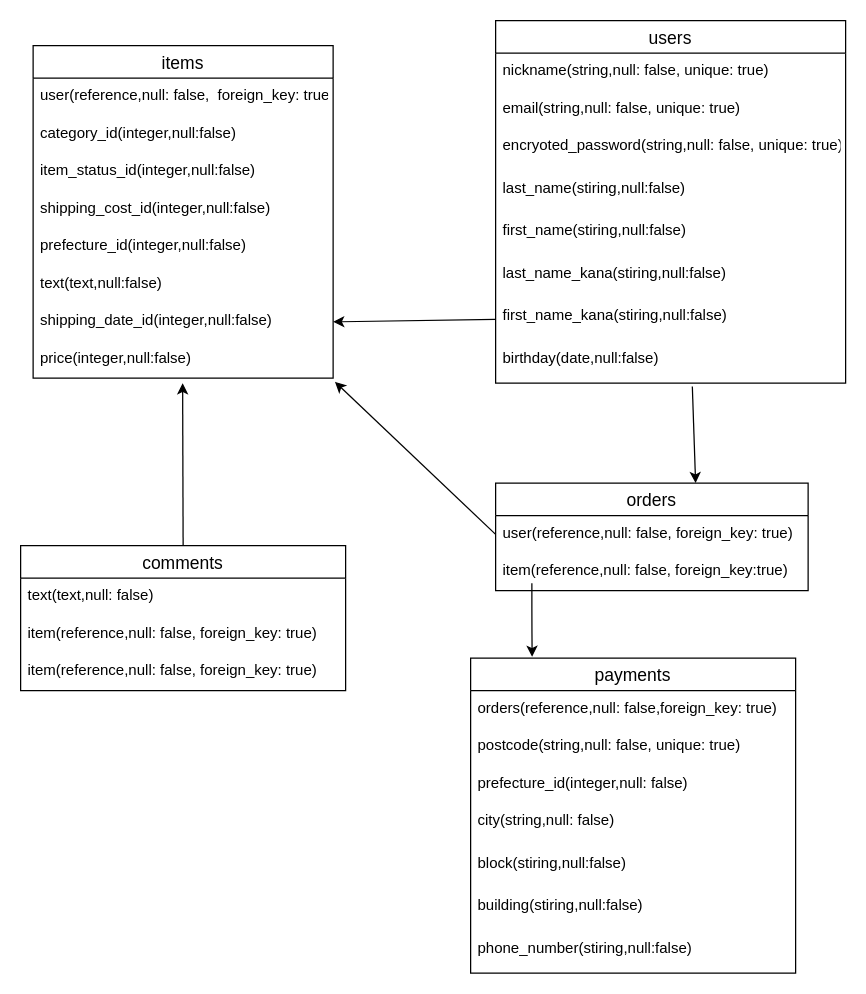
Before: er.dio in Sanaroom/furima-40585, a draw.io diagram. Source tidied: cells renumbered, new cells numbered last; positions are measured from the earlier drawing's top-left corner, leaving out a move shared by most shapes. Both pictures are drawn from the tidied source at 125%, with x=0, y=0 at pixel (20, 20).
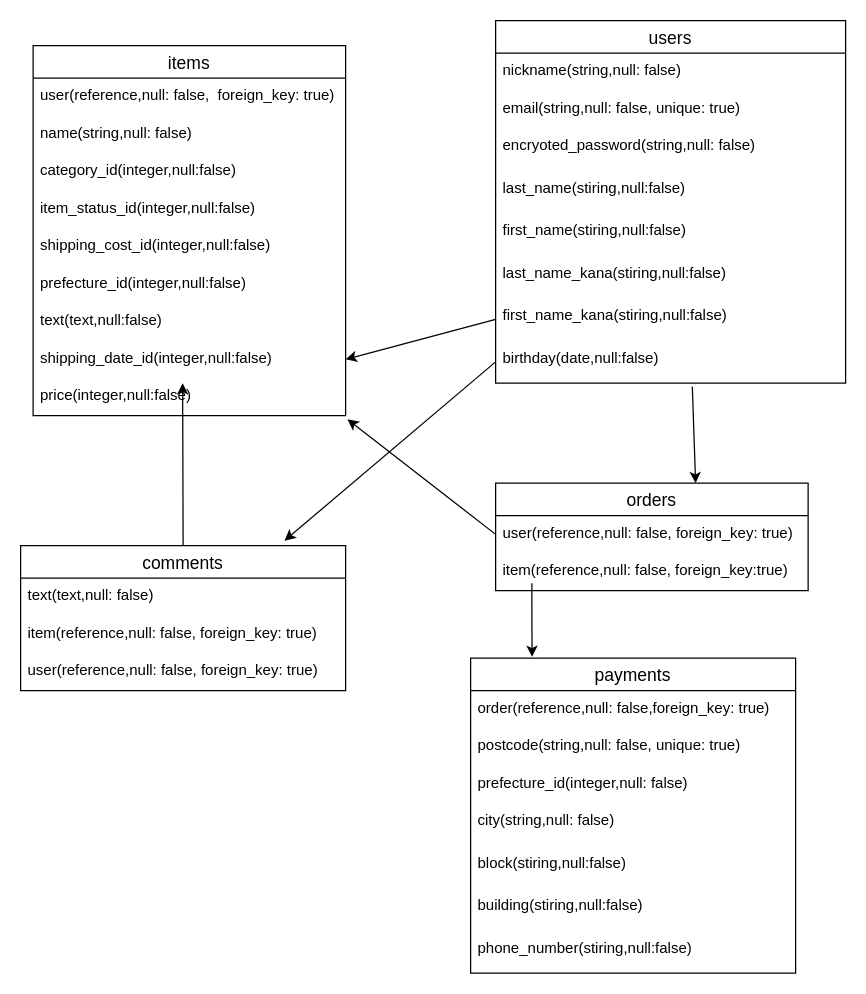
The same diagram, later.

The change refers to these unchanged cells:
```xml
<mxCell id="2" value="users" style="swimlane;fontStyle=0;horizontal=1;startSize=26;align=center;fontSize=14;" parent="1" vertex="1">
  <mxGeometry x="380" width="280" height="290" as="geometry" />
</mxCell>
<mxCell id="10" value="birthday(date,null:false)" style="text;strokeColor=none;fillColor=none;spacingLeft=4;spacingRight=4;overflow=hidden;points=[[0,0.5],[1,0.5]];portConstraint=eastwest;fontSize=12;" parent="2" vertex="1">
  <mxGeometry y="256" width="280" height="34" as="geometry" />
</mxCell>
<mxCell id="23" value="payments" style="swimlane;fontStyle=0;horizontal=1;startSize=26;align=center;fontSize=14;" parent="1" vertex="1">
  <mxGeometry x="360" y="510" width="260" height="252" as="geometry" />
</mxCell>
<mxCell id="32" value="comments" style="swimlane;fontStyle=0;horizontal=1;startSize=26;align=center;fontSize=14;" parent="1" vertex="1">
  <mxGeometry y="420" width="260" height="116" as="geometry" />
</mxCell>
```

The edit, as a diff of the source:
```diff
@@
-    <mxCell id="3" value="nickname(string,null: false, unique: true)" style="text;strokeColor=none;fillColor=none;spacingLeft=4;spacingRight=4;overflow=hidden;fontSize=12;" parent="2" vertex="1">
+    <mxCell id="3" value="nickname(string,null: false)" style="text;strokeColor=none;fillColor=none;spacingLeft=4;spacingRight=4;overflow=hidden;fontSize=12;" parent="2" vertex="1">
       <mxGeometry y="26" width="280" height="30" as="geometry" />
     </mxCell>
@@
-    <mxCell id="5" value="encryoted_password(string,null: false, unique: true)&#10;" style="text;strokeColor=none;fillColor=none;spacingLeft=4;spacingRight=4;overflow=hidden;fontSize=12;" parent="2" vertex="1">
+    <mxCell id="5" value="encryoted_password(string,null: false)&#10;" style="text;strokeColor=none;fillColor=none;spacingLeft=4;spacingRight=4;overflow=hidden;fontSize=12;" parent="2" vertex="1">
       <mxGeometry y="86" width="280" height="34" as="geometry" />
     </mxCell>
@@
     <mxCell id="11" value="items" style="swimlane;fontStyle=0;horizontal=1;startSize=26;align=center;fontSize=14;" parent="1" vertex="1">
-      <mxGeometry x="10" y="20" width="240" height="266" as="geometry" />
+      <mxGeometry x="10" y="20" width="250" height="296" as="geometry" />
     </mxCell>
     <mxCell id="12" value="user(reference,null: false,  foreign_key: true)" style="text;strokeColor=none;fillColor=none;spacingLeft=4;spacingRight=4;overflow=hidden;fontSize=12;" parent="11" vertex="1">
-      <mxGeometry y="26" width="240" height="30" as="geometry" />
+      <mxGeometry y="26" width="250" height="30" as="geometry" />
     </mxCell>
+    <mxCell id="40" value="name(string,null: false)" style="text;strokeColor=none;fillColor=none;spacingLeft=4;spacingRight=4;overflow=hidden;fontSize=12;" parent="11" vertex="1">
+      <mxGeometry y="56" width="250" height="30" as="geometry" />
+    </mxCell>
     <mxCell id="13" value="category_id(integer,null:false)" style="text;strokeColor=none;fillColor=none;spacingLeft=4;spacingRight=4;overflow=hidden;fontSize=12;" parent="11" vertex="1">
-      <mxGeometry y="56" width="240" height="30" as="geometry" />
+      <mxGeometry y="86" width="250" height="30" as="geometry" />
     </mxCell>
     <mxCell id="14" value="item_status_id(integer,null:false)" style="text;strokeColor=none;fillColor=none;spacingLeft=4;spacingRight=4;overflow=hidden;fontSize=12;" parent="11" vertex="1">
-      <mxGeometry y="86" width="240" height="30" as="geometry" />
+      <mxGeometry y="116" width="250" height="30" as="geometry" />
     </mxCell>
     <mxCell id="15" value="shipping_cost_id(integer,null:false)" style="text;strokeColor=none;fillColor=none;spacingLeft=4;spacingRight=4;overflow=hidden;fontSize=12;" parent="11" vertex="1">
-      <mxGeometry y="116" width="240" height="30" as="geometry" />
+      <mxGeometry y="146" width="250" height="30" as="geometry" />
     </mxCell>
     <mxCell id="16" value="prefecture_id(integer,null:false)" style="text;strokeColor=none;fillColor=none;spacingLeft=4;spacingRight=4;overflow=hidden;fontSize=12;" parent="11" vertex="1">
-      <mxGeometry y="146" width="240" height="30" as="geometry" />
+      <mxGeometry y="176" width="250" height="30" as="geometry" />
     </mxCell>
     <mxCell id="17" value="text(text,null:false)" style="text;strokeColor=none;fillColor=none;spacingLeft=4;spacingRight=4;overflow=hidden;fontSize=12;" parent="11" vertex="1">
-      <mxGeometry y="176" width="240" height="30" as="geometry" />
+      <mxGeometry y="206" width="250" height="30" as="geometry" />
     </mxCell>
     <mxCell id="18" value="shipping_date_id(integer,null:false)" style="text;strokeColor=none;fillColor=none;spacingLeft=4;spacingRight=4;overflow=hidden;points=[[0,0.5],[1,0.5]];portConstraint=eastwest;fontSize=12;" parent="11" vertex="1">
-      <mxGeometry y="206" width="240" height="30" as="geometry" />
+      <mxGeometry y="236" width="250" height="30" as="geometry" />
     </mxCell>
     <mxCell id="19" value="price(integer,null:false)" style="text;strokeColor=none;fillColor=none;spacingLeft=4;spacingRight=4;overflow=hidden;points=[[0,0.5],[1,0.5]];portConstraint=eastwest;fontSize=12;" parent="11" vertex="1">
-      <mxGeometry y="236" width="240" height="30" as="geometry" />
+      <mxGeometry y="266" width="250" height="30" as="geometry" />
     </mxCell>
@@
-    <mxCell id="24" value="orders(reference,null: false,foreign_key: true)&#10; " style="text;strokeColor=none;fillColor=none;spacingLeft=4;spacingRight=4;overflow=hidden;fontSize=12;" parent="23" vertex="1">
+    <mxCell id="24" value="order(reference,null: false,foreign_key: true)&#10; " style="text;strokeColor=none;fillColor=none;spacingLeft=4;spacingRight=4;overflow=hidden;fontSize=12;" parent="23" vertex="1">
       <mxGeometry y="26" width="260" height="30" as="geometry" />
     </mxCell>
@@
-    <mxCell id="35" value="item(reference,null: false, foreign_key: true)" style="text;strokeColor=none;fillColor=none;spacingLeft=4;spacingRight=4;overflow=hidden;fontSize=12;" parent="32" vertex="1">
+    <mxCell id="35" value="user(reference,null: false, foreign_key: true)" style="text;strokeColor=none;fillColor=none;spacingLeft=4;spacingRight=4;overflow=hidden;fontSize=12;" parent="32" vertex="1">
       <mxGeometry y="86" width="260" height="30" as="geometry" />
     </mxCell>
@@
+    <mxCell id="41" style="edgeStyle=none;html=1;exitX=0;exitY=0.5;exitDx=0;exitDy=0;entryX=0.812;entryY=-0.034;entryDx=0;entryDy=0;entryPerimeter=0;" parent="1" edge="1" source="10" target="32">
+      <mxGeometry relative="1" as="geometry" />
+    </mxCell>
```
